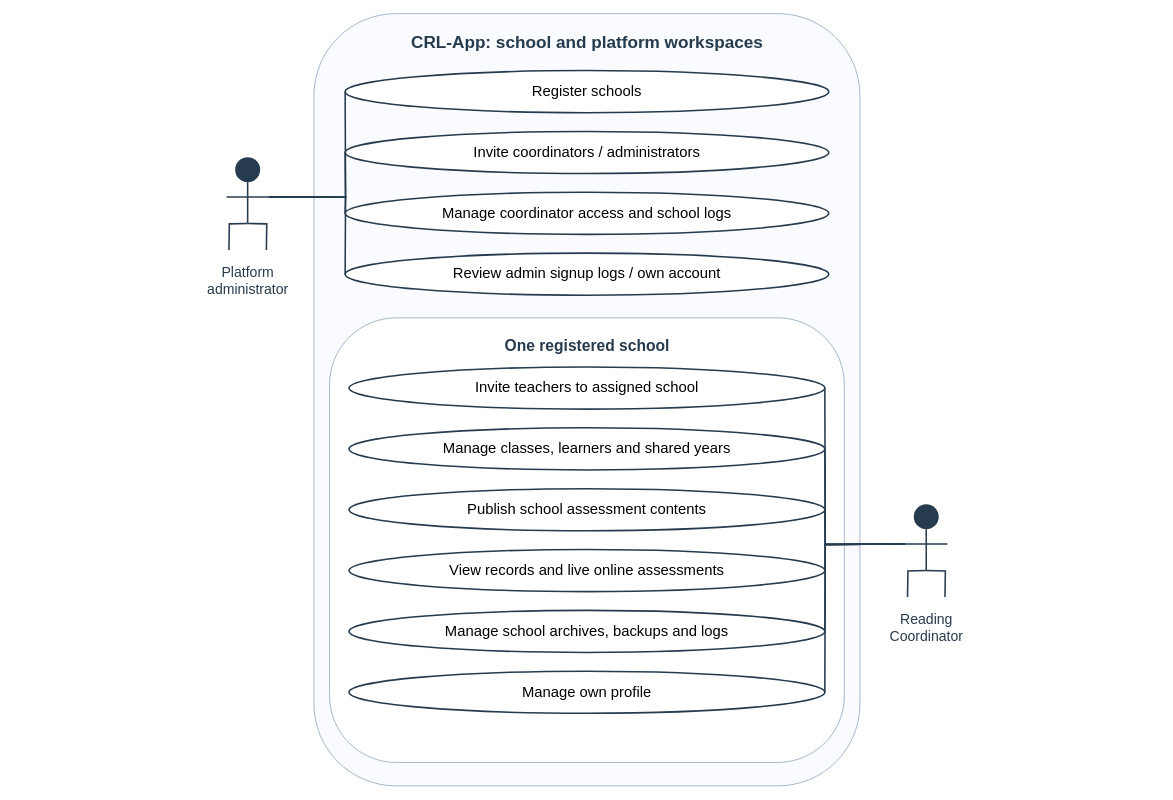
Before: docs/diagrams/class-workspaces/figure-07-admin-use-cases.drawio in AkuSayangKamuJudaSayang/crl-app, a draw.io diagram. Source tidied: cells renumbered, new cells numbered last; positions are measured from the earlier drawing's top-left corner, leaving out a move shared by most shapes. Both pictures are drawn from the tidied source at 78%, with x=0, y=0 at pixel (13, 13).
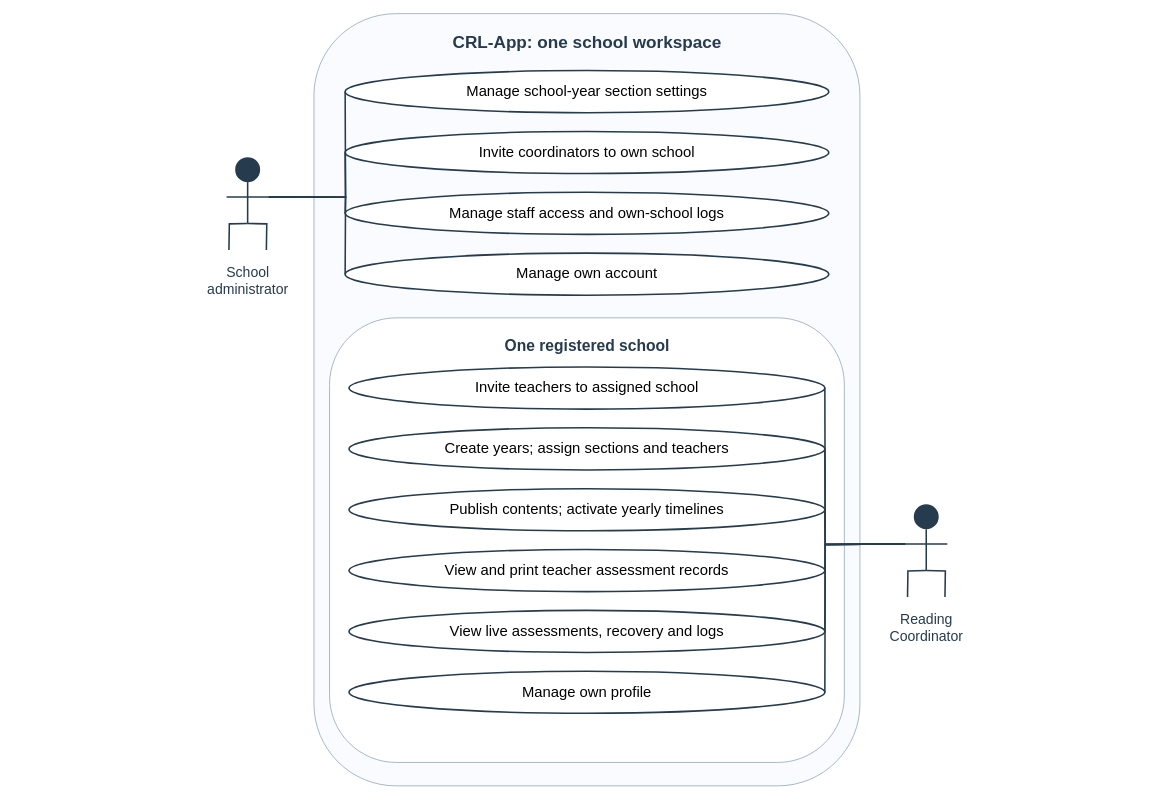
The same page after the edit.

Diff of the diagram source:
```diff
@@
-    <mxCell id="3" value="CRL-App: school and platform workspaces" style="text;html=1;align=center;verticalAlign=top;fontSize=22;fontColor=#263b4d;fontStyle=1;strokeColor=none;fillColor=none;" parent="1" vertex="1">
+    <mxCell id="3" value="CRL-App: one school workspace" style="text;html=1;align=center;verticalAlign=top;fontSize=22;fontColor=#263b4d;fontStyle=1;strokeColor=none;fillColor=none;" parent="1" vertex="1">
       <mxGeometry x="435" y="18" width="600" height="26.4" as="geometry" />
     </mxCell>
@@
-    <mxCell id="5" value="Platform&lt;br&gt;administrator" style="text;html=1;align=center;verticalAlign=top;fontSize=18;fontColor=#263b4d;fontStyle=0;strokeColor=none;fillColor=none;" parent="1" vertex="1">
+    <mxCell id="5" value="School&lt;br&gt;administrator" style="text;html=1;align=center;verticalAlign=top;fontSize=18;fontColor=#263b4d;fontStyle=0;strokeColor=none;fillColor=none;" parent="1" vertex="1">
       <mxGeometry y="315" width="600" height="43.2" as="geometry" />
     </mxCell>
-    <mxCell id="6" value="Register schools" style="rounded=1;whiteSpace=wrap;html=1;fillColor=#ffffff;strokeColor=#263b4d;strokeWidth=2;fontSize=19;shape=ellipse;" parent="1" vertex="1">
+    <mxCell id="6" value="Manage school-year section settings" style="rounded=1;whiteSpace=wrap;html=1;fillColor=#ffffff;strokeColor=#263b4d;strokeWidth=2;fontSize=19;shape=ellipse;" parent="1" vertex="1">
       <mxGeometry x="425" y="73" width="620" height="54" as="geometry" />
     </mxCell>
-    <mxCell id="7" value="Invite coordinators / administrators" style="rounded=1;whiteSpace=wrap;html=1;fillColor=#ffffff;strokeColor=#263b4d;strokeWidth=2;fontSize=19;shape=ellipse;" parent="1" vertex="1">
+    <mxCell id="7" value="Invite coordinators to own school" style="rounded=1;whiteSpace=wrap;html=1;fillColor=#ffffff;strokeColor=#263b4d;strokeWidth=2;fontSize=19;shape=ellipse;" parent="1" vertex="1">
       <mxGeometry x="425" y="151" width="620" height="54" as="geometry" />
     </mxCell>
-    <mxCell id="8" value="Manage coordinator access and school logs" style="rounded=1;whiteSpace=wrap;html=1;fillColor=#ffffff;strokeColor=#263b4d;strokeWidth=2;fontSize=19;shape=ellipse;" parent="1" vertex="1">
+    <mxCell id="8" value="Manage staff access and own-school logs" style="rounded=1;whiteSpace=wrap;html=1;fillColor=#ffffff;strokeColor=#263b4d;strokeWidth=2;fontSize=19;shape=ellipse;" parent="1" vertex="1">
       <mxGeometry x="425" y="229" width="620" height="54" as="geometry" />
     </mxCell>
-    <mxCell id="9" value="Review admin signup logs / own account" style="rounded=1;whiteSpace=wrap;html=1;fillColor=#ffffff;strokeColor=#263b4d;strokeWidth=2;fontSize=19;shape=ellipse;" parent="1" vertex="1">
+    <mxCell id="9" value="Manage own account" style="rounded=1;whiteSpace=wrap;html=1;fillColor=#ffffff;strokeColor=#263b4d;strokeWidth=2;fontSize=19;shape=ellipse;" parent="1" vertex="1">
       <mxGeometry x="425" y="307" width="620" height="54" as="geometry" />
     </mxCell>
@@
-    <mxCell id="15" value="Manage classes, learners and shared years" style="rounded=1;whiteSpace=wrap;html=1;fillColor=#ffffff;strokeColor=#263b4d;strokeWidth=2;fontSize=19;shape=ellipse;" parent="1" vertex="1">
+    <mxCell id="15" value="Create years; assign sections and teachers" style="rounded=1;whiteSpace=wrap;html=1;fillColor=#ffffff;strokeColor=#263b4d;strokeWidth=2;fontSize=19;shape=ellipse;" parent="1" vertex="1">
       <mxGeometry x="430" y="531" width="610" height="54" as="geometry" />
     </mxCell>
-    <mxCell id="16" value="Publish school assessment contents" style="rounded=1;whiteSpace=wrap;html=1;fillColor=#ffffff;strokeColor=#263b4d;strokeWidth=2;fontSize=19;shape=ellipse;" parent="1" vertex="1">
+    <mxCell id="16" value="Publish contents; activate yearly timelines" style="rounded=1;whiteSpace=wrap;html=1;fillColor=#ffffff;strokeColor=#263b4d;strokeWidth=2;fontSize=19;shape=ellipse;" parent="1" vertex="1">
       <mxGeometry x="430" y="609" width="610" height="54" as="geometry" />
     </mxCell>
-    <mxCell id="17" value="View records and live online assessments" style="rounded=1;whiteSpace=wrap;html=1;fillColor=#ffffff;strokeColor=#263b4d;strokeWidth=2;fontSize=19;shape=ellipse;" parent="1" vertex="1">
+    <mxCell id="17" value="View and print teacher assessment records" style="rounded=1;whiteSpace=wrap;html=1;fillColor=#ffffff;strokeColor=#263b4d;strokeWidth=2;fontSize=19;shape=ellipse;" parent="1" vertex="1">
       <mxGeometry x="430" y="687" width="610" height="54" as="geometry" />
     </mxCell>
-    <mxCell id="18" value="Manage school archives, backups and logs" style="rounded=1;whiteSpace=wrap;html=1;fillColor=#ffffff;strokeColor=#263b4d;strokeWidth=2;fontSize=19;shape=ellipse;" parent="1" vertex="1">
+    <mxCell id="18" value="View live assessments, recovery and logs" style="rounded=1;whiteSpace=wrap;html=1;fillColor=#ffffff;strokeColor=#263b4d;strokeWidth=2;fontSize=19;shape=ellipse;" parent="1" vertex="1">
       <mxGeometry x="430" y="765" width="610" height="54" as="geometry" />
     </mxCell>
```
